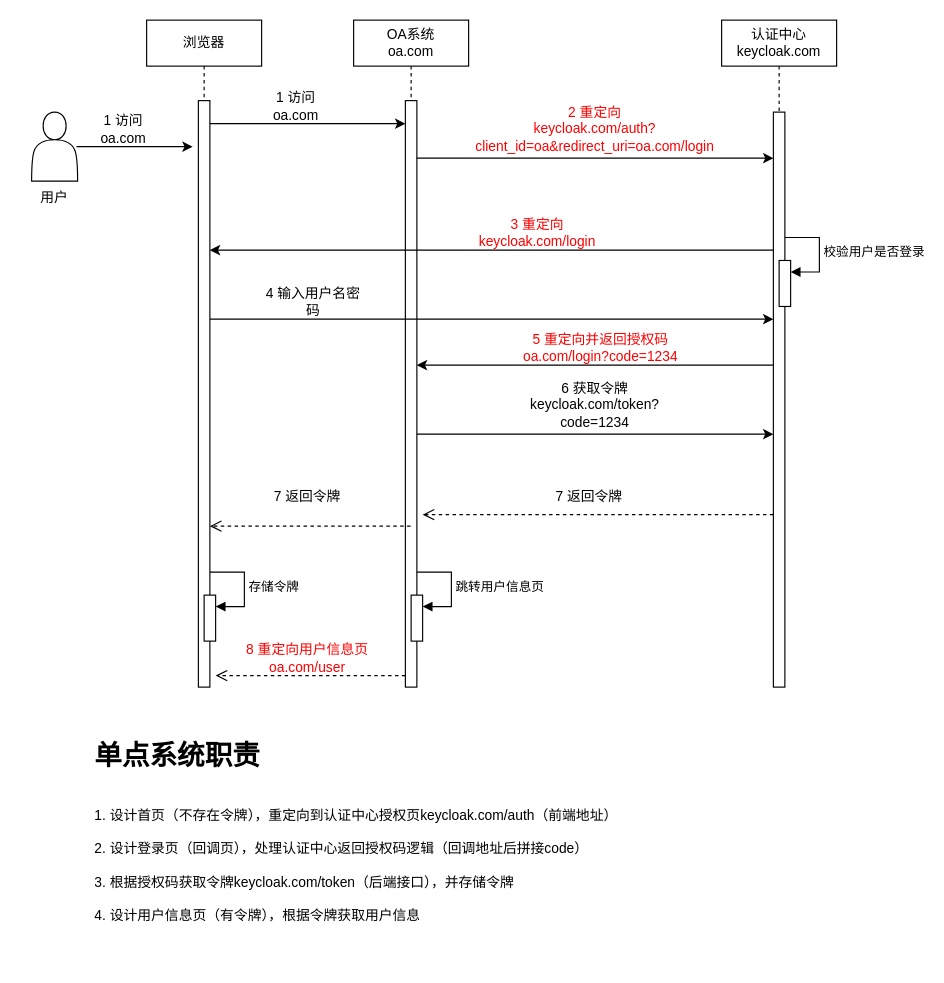
Before: SSO-sequence.drawio in shoacom/docs, a draw.io diagram. Source tidied: cells renumbered, new cells numbered last; positions are measured from the earlier drawing's top-left corner, leaving out a move shared by most shapes. Both pictures are drawn from the tidied source at 115%, with x=0, y=0 at pixel (20, 20).
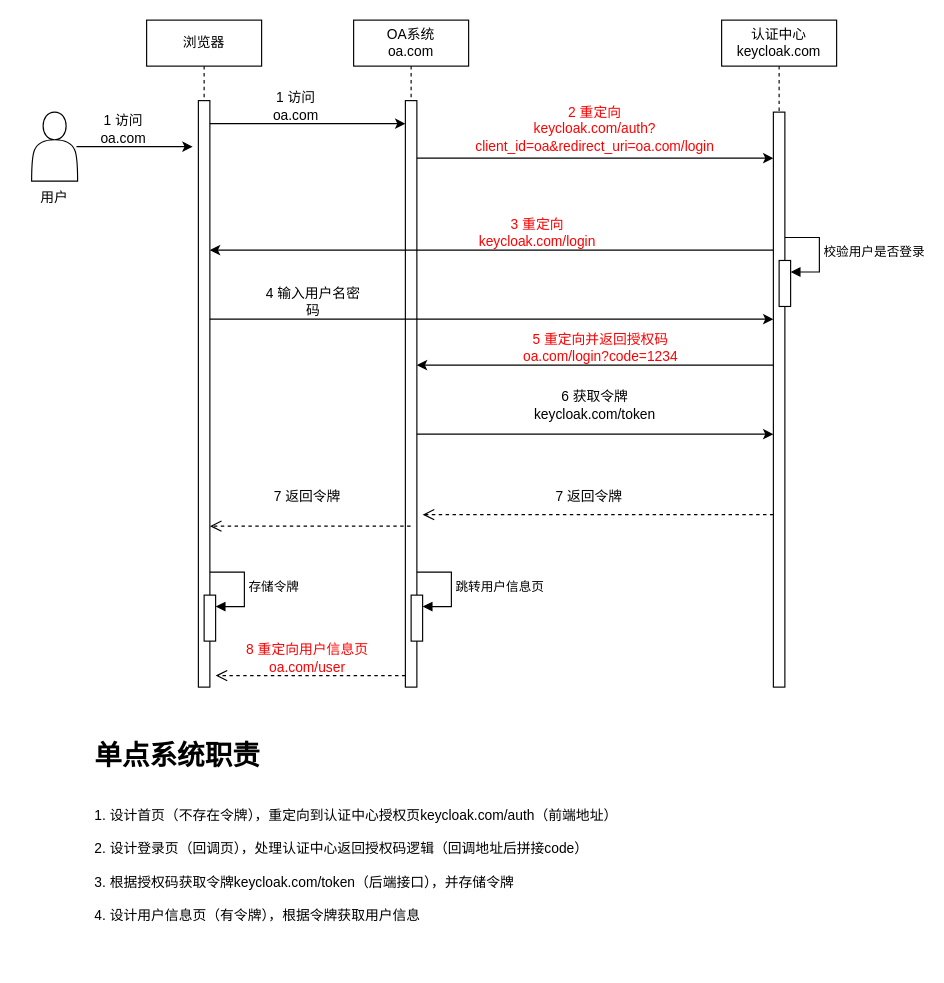
Above is the later version.

What changed in the source:
```diff
@@
-    <mxCell id="27" value="6 获取令牌&lt;br&gt;keycloak.com/token?code=1234" style="text;html=1;strokeColor=none;fillColor=none;align=center;verticalAlign=middle;whiteSpace=wrap;rounded=0;fontColor=#000000;" parent="1" vertex="1">
+    <mxCell id="27" value="6 获取令牌&lt;br&gt;keycloak.com/token" style="text;html=1;strokeColor=none;fillColor=none;align=center;verticalAlign=middle;whiteSpace=wrap;rounded=0;fontColor=#000000;" parent="1" vertex="1">
       <mxGeometry x="425" y="320" width="150" height="30" as="geometry" />
     </mxCell>
```
